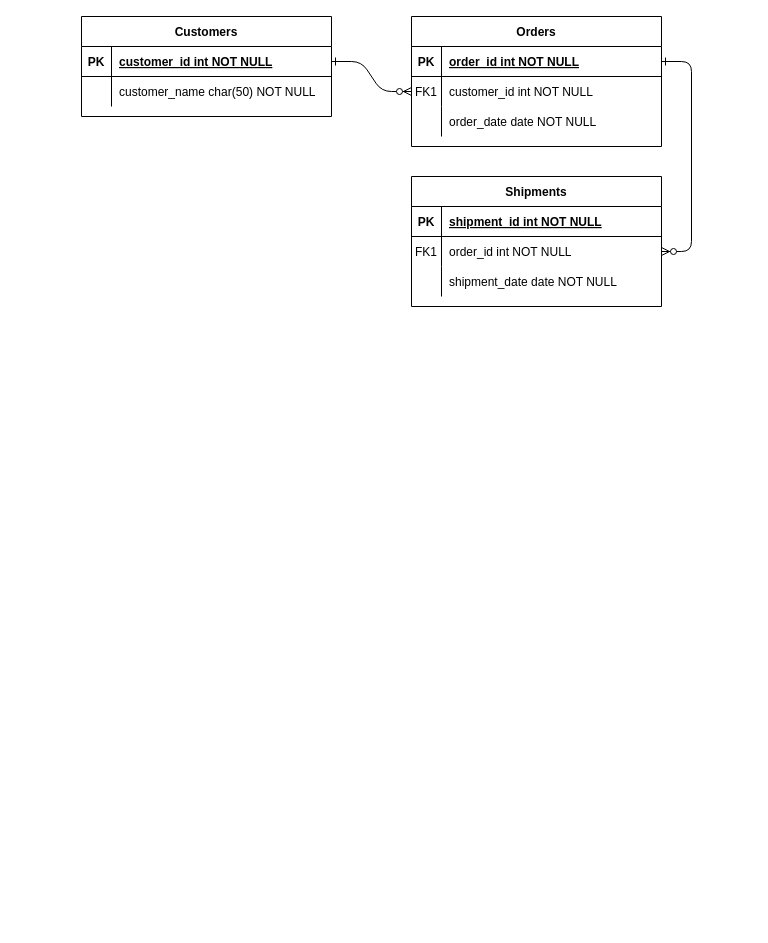
The draw.io diagram Untitled Diagram.drawio in SerdarASAF/GIT, before the edit. Source tidied: cells renumbered, new cells numbered last; positions are measured from the earlier drawing's top-left corner, leaving out a move shared by most shapes. Both pictures are drawn from the tidied source at 100%, with x=0, y=0 at pixel (81, 16).
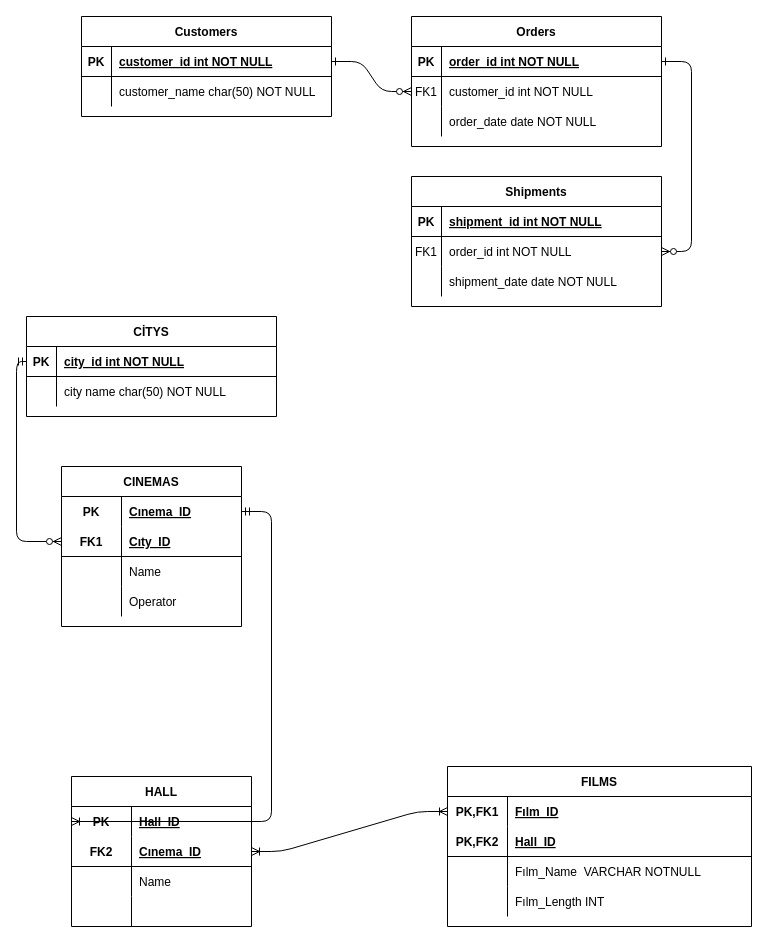
Above is the later version.

Diff of the diagram source:
```diff
@@
+    <mxCell id="31" value="CİTYS" style="shape=table;startSize=30;childLayout=tableLayout;rowLines=0;fontStyle=1;align=center;" parent="1" vertex="1">
+      <mxGeometry x="-55" y="300" width="250" height="100" as="geometry" />
+    </mxCell>
+    <mxCell id="32" style="shape=partialRectangle;fillColor=none;points=[[0,0.5],[1,0.5]];portConstraint=eastwest;top=0;left=0;right=0;bottom=1;" parent="31" vertex="1">
+      <mxGeometry y="30" width="250" height="30" as="geometry" />
+    </mxCell>
+    <mxCell id="33" value="PK" style="shape=partialRectangle;overflow=hidden;fillColor=none;top=0;left=0;bottom=0;right=0;fontStyle=1;" parent="32" vertex="1">
+      <mxGeometry width="30" height="30" as="geometry" />
+    </mxCell>
+    <mxCell id="34" value="city_id int NOT NULL " style="shape=partialRectangle;overflow=hidden;fillColor=none;top=0;left=0;bottom=0;right=0;align=left;spacingLeft=6;fontStyle=5;" parent="32" vertex="1">
+      <mxGeometry x="30" width="220" height="30" as="geometry" />
+    </mxCell>
+    <mxCell id="35" style="shape=partialRectangle;fillColor=none;top=0;left=0;right=0;bottom=0;" parent="31" vertex="1">
+      <mxGeometry y="60" width="250" height="30" as="geometry" />
+    </mxCell>
+    <mxCell id="36" style="shape=partialRectangle;overflow=hidden;fillColor=none;top=0;left=0;bottom=0;right=0;" parent="35" vertex="1">
+      <mxGeometry width="30" height="30" as="geometry" />
+    </mxCell>
+    <mxCell id="37" value="city name char(50) NOT NULL" style="shape=partialRectangle;overflow=hidden;fillColor=none;top=0;left=0;bottom=0;right=0;align=left;spacingLeft=6;" parent="35" vertex="1">
+      <mxGeometry x="30" width="220" height="30" as="geometry" />
+    </mxCell>
+    <mxCell id="38" value="CINEMAS" style="shape=table;startSize=30;childLayout=tableLayout;rowLines=0;fontStyle=1;align=center;" parent="1" vertex="1">
+      <mxGeometry x="-20" y="450" width="180" height="160" as="geometry" />
+    </mxCell>
+    <mxCell id="39" style="shape=partialRectangle;fillColor=none;top=0;left=0;bottom=0;right=0;points=[[0,0.5],[1,0.5]];portConstraint=eastwest;" parent="38" vertex="1">
+      <mxGeometry y="30" width="180" height="30" as="geometry" />
+    </mxCell>
+    <mxCell id="40" value="PK" style="shape=partialRectangle;fillColor=none;top=0;left=0;bottom=0;right=0;fontStyle=1;overflow=hidden;" parent="39" vertex="1">
+      <mxGeometry width="60" height="30" as="geometry" />
+    </mxCell>
+    <mxCell id="41" value="Cınema_ID" style="shape=partialRectangle;fillColor=none;top=0;left=0;bottom=0;right=0;align=left;spacingLeft=6;fontStyle=5;overflow=hidden;" parent="39" vertex="1">
+      <mxGeometry x="60" width="120" height="30" as="geometry" />
+    </mxCell>
+    <mxCell id="42" style="shape=partialRectangle;fillColor=none;top=0;left=0;bottom=1;right=0;points=[[0,0.5],[1,0.5]];portConstraint=eastwest;" parent="38" vertex="1">
+      <mxGeometry y="60" width="180" height="30" as="geometry" />
+    </mxCell>
+    <mxCell id="43" value="FK1" style="shape=partialRectangle;fillColor=none;top=0;left=0;bottom=0;right=0;fontStyle=1;overflow=hidden;" parent="42" vertex="1">
+      <mxGeometry width="60" height="30" as="geometry" />
+    </mxCell>
+    <mxCell id="44" value="Cıty_ID" style="shape=partialRectangle;fillColor=none;top=0;left=0;bottom=0;right=0;align=left;spacingLeft=6;fontStyle=5;overflow=hidden;" parent="42" vertex="1">
+      <mxGeometry x="60" width="120" height="30" as="geometry" />
+    </mxCell>
+    <mxCell id="45" style="shape=partialRectangle;fillColor=none;top=0;left=0;bottom=0;right=0;" parent="38" vertex="1">
+      <mxGeometry y="90" width="180" height="30" as="geometry" />
+    </mxCell>
+    <mxCell id="46" style="shape=partialRectangle;fillColor=none;top=0;left=0;bottom=0;right=0;overflow=hidden;" parent="45" vertex="1">
+      <mxGeometry width="60" height="30" as="geometry" />
+    </mxCell>
+    <mxCell id="47" value="Name" style="shape=partialRectangle;fillColor=none;top=0;left=0;bottom=0;right=0;align=left;spacingLeft=6;overflow=hidden;" parent="45" vertex="1">
+      <mxGeometry x="60" width="120" height="30" as="geometry" />
+    </mxCell>
+    <mxCell id="48" style="shape=partialRectangle;fillColor=none;top=0;left=0;bottom=0;right=0;" parent="38" vertex="1">
+      <mxGeometry y="120" width="180" height="30" as="geometry" />
+    </mxCell>
+    <mxCell id="49" style="shape=partialRectangle;fillColor=none;top=0;left=0;bottom=0;right=0;overflow=hidden;" parent="48" vertex="1">
+      <mxGeometry width="60" height="30" as="geometry" />
+    </mxCell>
+    <mxCell id="50" value="Operator" style="shape=partialRectangle;fillColor=none;top=0;left=0;bottom=0;right=0;align=left;spacingLeft=6;overflow=hidden;" parent="48" vertex="1">
+      <mxGeometry x="60" width="120" height="30" as="geometry" />
+    </mxCell>
+    <mxCell id="51" style="edgeStyle=entityRelationEdgeStyle;fontSize=12;html=1;endArrow=ERoneToMany;startArrow=ERmandOne;entryX=0;entryY=0.5;entryDx=0;entryDy=0;" parent="1" edge="1" source="39" target="54">
+      <mxGeometry relative="1" as="geometry" />
+    </mxCell>
+    <mxCell id="52" style="edgeStyle=orthogonalEdgeStyle;fontSize=12;html=1;endArrow=ERzeroToMany;startArrow=ERmandOne;entryX=0;entryY=0.5;entryDx=0;entryDy=0;exitX=0;exitY=0.5;exitDx=0;exitDy=0;" parent="1" edge="1" source="32" target="42">
+      <mxGeometry relative="1" as="geometry" />
+    </mxCell>
+    <mxCell id="53" value="HALL" style="shape=table;startSize=30;childLayout=tableLayout;rowLines=0;fontStyle=1;align=center;" parent="1" vertex="1">
+      <mxGeometry x="-10" y="760" width="180" height="150" as="geometry" />
+    </mxCell>
+    <mxCell id="54" style="shape=partialRectangle;fillColor=none;top=0;left=0;bottom=0;right=0;points=[[0,0.5],[1,0.5]];portConstraint=eastwest;" parent="53" vertex="1">
+      <mxGeometry y="30" width="180" height="30" as="geometry" />
+    </mxCell>
+    <mxCell id="55" value="PK" style="shape=partialRectangle;fillColor=none;top=0;left=0;bottom=0;right=0;fontStyle=1;overflow=hidden;" parent="54" vertex="1">
+      <mxGeometry width="60" height="30" as="geometry" />
+    </mxCell>
+    <mxCell id="56" value="Hall_ID" style="shape=partialRectangle;fillColor=none;top=0;left=0;bottom=0;right=0;align=left;spacingLeft=6;fontStyle=5;overflow=hidden;" parent="54" vertex="1">
+      <mxGeometry x="60" width="120" height="30" as="geometry" />
+    </mxCell>
+    <mxCell id="57" style="shape=partialRectangle;fillColor=none;top=0;left=0;bottom=1;right=0;points=[[0,0.5],[1,0.5]];portConstraint=eastwest;" parent="53" vertex="1">
+      <mxGeometry y="60" width="180" height="30" as="geometry" />
+    </mxCell>
+    <mxCell id="58" value="FK2" style="shape=partialRectangle;fillColor=none;top=0;left=0;bottom=0;right=0;fontStyle=1;overflow=hidden;" parent="57" vertex="1">
+      <mxGeometry width="60" height="30" as="geometry" />
+    </mxCell>
+    <mxCell id="59" value="Cınema_ID" style="shape=partialRectangle;fillColor=none;top=0;left=0;bottom=0;right=0;align=left;spacingLeft=6;fontStyle=5;overflow=hidden;" parent="57" vertex="1">
+      <mxGeometry x="60" width="120" height="30" as="geometry" />
+    </mxCell>
+    <mxCell id="60" style="shape=partialRectangle;fillColor=none;top=0;left=0;bottom=0;right=0;" parent="53" vertex="1">
+      <mxGeometry y="90" width="180" height="30" as="geometry" />
+    </mxCell>
+    <mxCell id="61" style="shape=partialRectangle;fillColor=none;top=0;left=0;bottom=0;right=0;overflow=hidden;" parent="60" vertex="1">
+      <mxGeometry width="60" height="30" as="geometry" />
+    </mxCell>
+    <mxCell id="62" value="Name" style="shape=partialRectangle;fillColor=none;top=0;left=0;bottom=0;right=0;align=left;spacingLeft=6;overflow=hidden;" parent="60" vertex="1">
+      <mxGeometry x="60" width="120" height="30" as="geometry" />
+    </mxCell>
+    <mxCell id="63" style="shape=partialRectangle;fillColor=none;top=0;left=0;bottom=0;right=0;" parent="53" vertex="1">
+      <mxGeometry y="120" width="180" height="30" as="geometry" />
+    </mxCell>
+    <mxCell id="64" style="shape=partialRectangle;fillColor=none;top=0;left=0;bottom=0;right=0;overflow=hidden;" parent="63" vertex="1">
+      <mxGeometry width="60" height="30" as="geometry" />
+    </mxCell>
+    <mxCell id="65" style="shape=partialRectangle;fillColor=none;top=0;left=0;bottom=0;right=0;align=left;spacingLeft=6;overflow=hidden;" parent="63" vertex="1">
+      <mxGeometry x="60" width="120" height="30" as="geometry" />
+    </mxCell>
+    <mxCell id="66" value="FILMS" style="shape=table;startSize=30;childLayout=tableLayout;rowLines=0;fontStyle=1;align=center;" parent="1" vertex="1">
+      <mxGeometry x="366" y="750" width="304" height="160" as="geometry" />
+    </mxCell>
+    <mxCell id="67" style="shape=partialRectangle;fillColor=none;top=0;left=0;bottom=0;right=0;points=[[0,0.5],[1,0.5]];portConstraint=eastwest;" parent="66" vertex="1">
+      <mxGeometry y="30" width="304" height="30" as="geometry" />
+    </mxCell>
+    <mxCell id="68" value="PK,FK1" style="shape=partialRectangle;fillColor=none;top=0;left=0;bottom=0;right=0;fontStyle=1;overflow=hidden;" parent="67" vertex="1">
+      <mxGeometry width="60" height="30" as="geometry" />
+    </mxCell>
+    <mxCell id="69" value="Fılm_ID" style="shape=partialRectangle;fillColor=none;top=0;left=0;bottom=0;right=0;align=left;spacingLeft=6;fontStyle=5;overflow=hidden;" parent="67" vertex="1">
+      <mxGeometry x="60" width="244" height="30" as="geometry" />
+    </mxCell>
+    <mxCell id="70" style="shape=partialRectangle;fillColor=none;top=0;left=0;bottom=1;right=0;" parent="66" vertex="1">
+      <mxGeometry y="60" width="304" height="30" as="geometry" />
+    </mxCell>
+    <mxCell id="71" value="PK,FK2" style="shape=partialRectangle;fillColor=none;top=0;left=0;bottom=0;right=0;fontStyle=1;overflow=hidden;" parent="70" vertex="1">
+      <mxGeometry width="60" height="30" as="geometry" />
+    </mxCell>
+    <mxCell id="72" value="Hall_ID" style="shape=partialRectangle;fillColor=none;top=0;left=0;bottom=0;right=0;align=left;spacingLeft=6;fontStyle=5;overflow=hidden;" parent="70" vertex="1">
+      <mxGeometry x="60" width="244" height="30" as="geometry" />
+    </mxCell>
+    <mxCell id="73" style="shape=partialRectangle;fillColor=none;top=0;left=0;bottom=0;right=0;" parent="66" vertex="1">
+      <mxGeometry y="90" width="304" height="30" as="geometry" />
+    </mxCell>
+    <mxCell id="74" style="shape=partialRectangle;fillColor=none;top=0;left=0;bottom=0;right=0;overflow=hidden;" parent="73" vertex="1">
+      <mxGeometry width="60" height="30" as="geometry" />
+    </mxCell>
+    <mxCell id="75" value="Fılm_Name  VARCHAR NOTNULL" style="shape=partialRectangle;fillColor=none;top=0;left=0;bottom=0;right=0;align=left;spacingLeft=6;overflow=hidden;" parent="73" vertex="1">
+      <mxGeometry x="60" width="244" height="30" as="geometry" />
+    </mxCell>
+    <mxCell id="76" style="shape=partialRectangle;fillColor=none;top=0;left=0;bottom=0;right=0;" parent="66" vertex="1">
+      <mxGeometry y="120" width="304" height="30" as="geometry" />
+    </mxCell>
+    <mxCell id="77" style="shape=partialRectangle;fillColor=none;top=0;left=0;bottom=0;right=0;overflow=hidden;" parent="76" vertex="1">
+      <mxGeometry width="60" height="30" as="geometry" />
+    </mxCell>
+    <mxCell id="78" value="Fılm_Length INT" style="shape=partialRectangle;fillColor=none;top=0;left=0;bottom=0;right=0;align=left;spacingLeft=6;overflow=hidden;" parent="76" vertex="1">
+      <mxGeometry x="60" width="244" height="30" as="geometry" />
+    </mxCell>
+    <mxCell id="79" style="edgeStyle=entityRelationEdgeStyle;fontSize=12;html=1;endArrow=ERoneToMany;startArrow=ERoneToMany;exitX=1;exitY=0.5;exitDx=0;exitDy=0;entryX=0;entryY=0.5;entryDx=0;entryDy=0;" parent="1" edge="1" source="57" target="67">
+      <mxGeometry relative="1" as="geometry" />
+    </mxCell>
```
